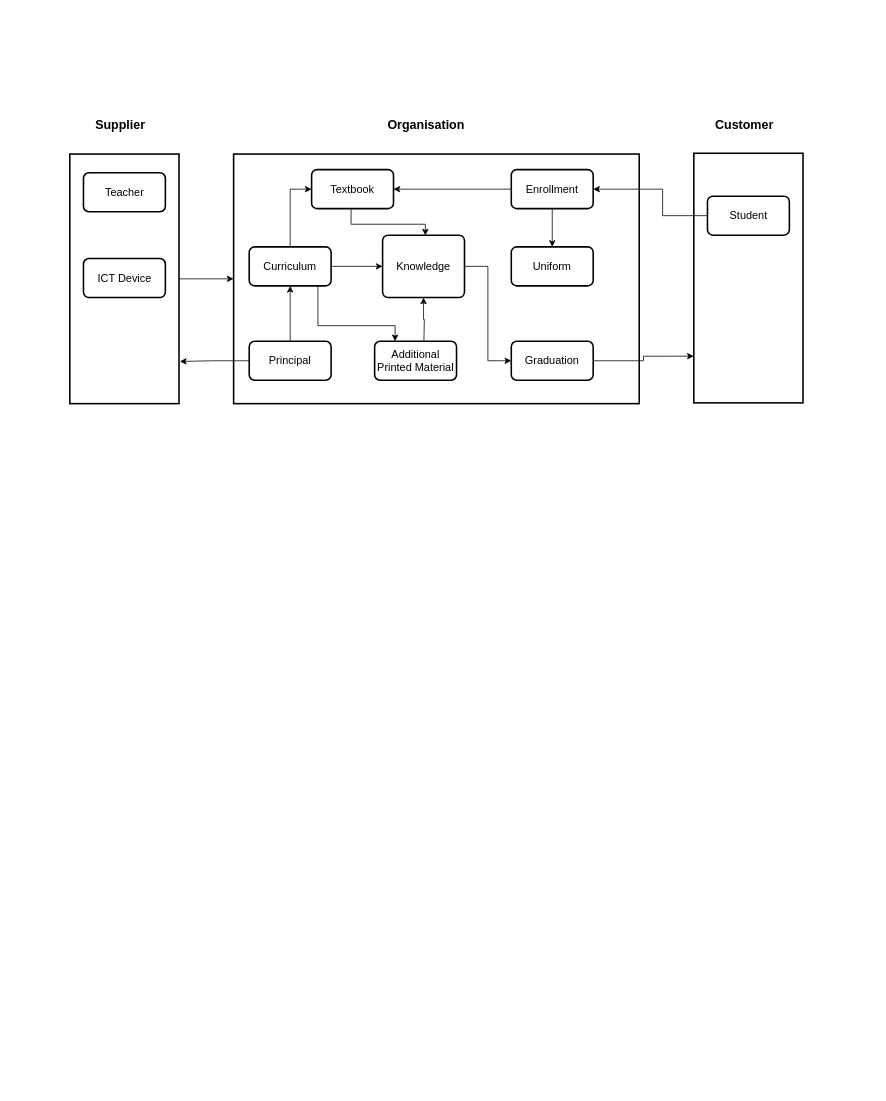
The draw.io diagram page "Relationship_Map" (1 of 3) of All_Maps_A1.drawio in SRMITGit/diagrams, before the edit. Source tidied: cells renumbered, new cells numbered last; positions are measured from the earlier drawing's top-left corner, leaving out a move shared by most shapes. Both pictures are drawn from the tidied source at 78%, with x=0, y=0 at pixel (69, 112).
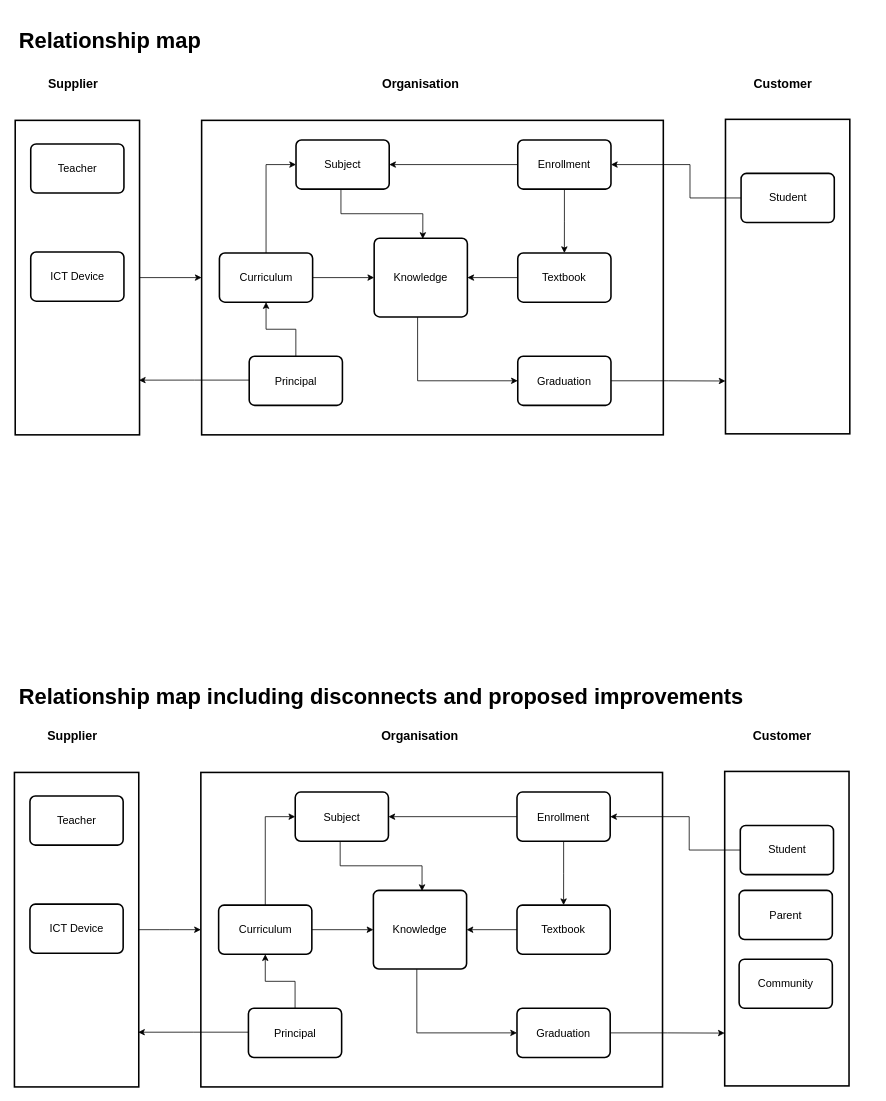
The same page after the edit.

Commit message:
adding relatioship map with improvements and disconnects

Diff of the diagram source:
```diff
@@
     <mxCell id="2" style="rounded=0;whiteSpace=wrap;html=1;glass=0;strokeWidth=2;" parent="1" vertex="1">
-      <mxGeometry x="800" y="52" width="140" height="320" as="geometry" />
+      <mxGeometry x="840.6" y="8.5" width="159.4" height="403.2" as="geometry" />
     </mxCell>
-    <mxCell id="3" style="edgeStyle=orthogonalEdgeStyle;rounded=0;jettySize=auto;html=1;entryX=0;entryY=0.5;entryDx=0;entryDy=0;fontSize=14;" parent="1" edge="1" source="4" target="8">
-      <mxGeometry relative="1" as="geometry" />
-    </mxCell>
     <mxCell id="4" style="rounded=0;whiteSpace=wrap;html=1;glass=0;strokeWidth=2;" parent="1" vertex="1">
-      <mxGeometry y="53" width="140" height="320" as="geometry" />
+      <mxGeometry x="-70" y="9.8" width="159.4" height="403.2" as="geometry" />
     </mxCell>
     <mxCell id="5" value="&lt;font style=&quot;font-size: 14px&quot;&gt;Teacher&lt;/font&gt;" style="rounded=1;whiteSpace=wrap;html=1;absoluteArcSize=1;arcSize=14;strokeWidth=2;" parent="1" vertex="1">
-      <mxGeometry x="17.5" y="77" width="105" height="50" as="geometry" />
+      <mxGeometry x="-50.1" y="40" width="119.5" height="63" as="geometry" />
     </mxCell>
     <mxCell id="6" value="Supplier" style="text;html=1;strokeColor=none;fillColor=none;align=center;verticalAlign=middle;whiteSpace=wrap;rounded=0;fontStyle=1;fontSize=16;" parent="1" vertex="1">
-      <mxGeometry x="25" width="80" height="31" as="geometry" />
+      <mxGeometry x="-41.5" y="-57" width="91.1" height="39.1" as="geometry" />
     </mxCell>
     <mxCell id="7" value="&lt;font style=&quot;font-size: 14px&quot;&gt;ICT Device&lt;/font&gt;" style="rounded=1;whiteSpace=wrap;html=1;absoluteArcSize=1;arcSize=14;strokeWidth=2;" parent="1" vertex="1">
-      <mxGeometry x="17.5" y="187" width="105" height="50" as="geometry" />
+      <mxGeometry x="-50.1" y="178.6" width="119.5" height="63" as="geometry" />
     </mxCell>
     <mxCell id="8" style="rounded=0;whiteSpace=wrap;html=1;glass=0;strokeWidth=2;" parent="1" vertex="1">
-      <mxGeometry x="210" y="53" width="520" height="320" as="geometry" />
+      <mxGeometry x="169" y="9.8" width="591.9" height="403.2" as="geometry" />
     </mxCell>
-    <mxCell id="9" style="edgeStyle=orthogonalEdgeStyle;rounded=0;jettySize=auto;html=1;entryX=0.522;entryY=0.005;entryDx=0;entryDy=0;entryPerimeter=0;fontSize=14;exitX=0.482;exitY=1.017;exitDx=0;exitDy=0;exitPerimeter=0;" parent="1" edge="1" source="10" target="20">
-      <mxGeometry relative="1" as="geometry">
-        <Array as="points">
-          <mxPoint x="361" y="143" />
-          <mxPoint x="456" y="143" />
-        </Array>
-      </mxGeometry>
-    </mxCell>
+    <mxCell id="3" style="edgeStyle=orthogonalEdgeStyle;rounded=0;jettySize=auto;html=1;entryX=0;entryY=0.5;entryDx=0;entryDy=0;fontSize=14;" parent="1" edge="1" source="4" target="8">
+      <mxGeometry relative="1" as="geometry" />
+    </mxCell>
-    <mxCell id="10" value="&lt;font style=&quot;font-size: 14px&quot;&gt;Textbook&lt;/font&gt;" style="rounded=1;whiteSpace=wrap;html=1;absoluteArcSize=1;arcSize=14;strokeWidth=2;" parent="1" vertex="1">
-      <mxGeometry x="310" y="73" width="105" height="50" as="geometry" />
+    <mxCell id="10" value="&lt;font style=&quot;font-size: 14px&quot;&gt;Subject&lt;/font&gt;" style="rounded=1;whiteSpace=wrap;html=1;absoluteArcSize=1;arcSize=14;strokeWidth=2;" parent="1" vertex="1">
+      <mxGeometry x="290" y="35" width="119.5" height="63" as="geometry" />
     </mxCell>
     <mxCell id="11" value="Organisation" style="text;html=1;strokeColor=none;fillColor=none;align=center;verticalAlign=middle;whiteSpace=wrap;rounded=0;fontStyle=1;fontSize=16;" parent="1" vertex="1">
-      <mxGeometry x="390.8" width="132" height="31" as="geometry" />
+      <mxGeometry x="374.8" y="-57" width="150.3" height="39.1" as="geometry" />
     </mxCell>
-    <mxCell id="12" style="edgeStyle=orthogonalEdgeStyle;rounded=0;jettySize=auto;html=1;fontFamily=Helvetica;fontSize=14;" parent="1" edge="1" target="20">
-      <mxGeometry relative="1" as="geometry">
-        <mxPoint x="454" y="293" as="sourcePoint" />
-      </mxGeometry>
-    </mxCell>
-    <mxCell id="13" value="&lt;span style=&quot;font-size: 14px&quot;&gt;Additional Printed Material&lt;/span&gt;" style="rounded=1;whiteSpace=wrap;html=1;absoluteArcSize=1;arcSize=14;strokeWidth=2;" parent="1" vertex="1">
-      <mxGeometry x="390.8" y="293" width="105" height="50" as="geometry" />
-    </mxCell>
-    <mxCell id="14" style="edgeStyle=orthogonalEdgeStyle;rounded=0;jettySize=auto;html=1;entryX=0.5;entryY=0;entryDx=0;entryDy=0;fontSize=14;" parent="1" edge="1" source="16" target="21">
-      <mxGeometry relative="1" as="geometry" />
-    </mxCell>
@@
     <mxCell id="16" value="&lt;font style=&quot;font-size: 14px&quot;&gt;Enrollment&lt;/font&gt;" style="rounded=1;whiteSpace=wrap;html=1;absoluteArcSize=1;arcSize=14;strokeWidth=2;" parent="1" vertex="1">
-      <mxGeometry x="566" y="73" width="105" height="50" as="geometry" />
+      <mxGeometry x="574.3" y="35" width="119.5" height="63" as="geometry" />
     </mxCell>
-    <mxCell id="17" style="edgeStyle=orthogonalEdgeStyle;rounded=0;jettySize=auto;html=1;entryX=0;entryY=0.813;entryDx=0;entryDy=0;entryPerimeter=0;fontSize=14;" parent="1" edge="1" source="18" target="2">
+    <mxCell id="17" style="edgeStyle=orthogonalEdgeStyle;rounded=0;jettySize=auto;html=1;entryX=0;entryY=0.832;entryDx=0;entryDy=0;entryPerimeter=0;fontSize=14;" parent="1" edge="1" source="18" target="2">
       <mxGeometry relative="1" as="geometry" />
     </mxCell>
     <mxCell id="18" value="&lt;font style=&quot;font-size: 14px&quot;&gt;Graduation&lt;/font&gt;" style="rounded=1;whiteSpace=wrap;html=1;absoluteArcSize=1;arcSize=14;strokeWidth=2;" parent="1" vertex="1">
-      <mxGeometry x="566" y="293" width="105" height="50" as="geometry" />
+      <mxGeometry x="574.3" y="312.2" width="119.5" height="63" as="geometry" />
     </mxCell>
-    <mxCell id="19" style="edgeStyle=orthogonalEdgeStyle;rounded=0;jettySize=auto;html=1;entryX=0;entryY=0.5;entryDx=0;entryDy=0;fontSize=14;exitX=1;exitY=0.5;exitDx=0;exitDy=0;" parent="1" edge="1" source="20" target="18">
+    <mxCell id="19" style="edgeStyle=orthogonalEdgeStyle;rounded=0;jettySize=auto;html=1;entryX=0;entryY=0.5;entryDx=0;entryDy=0;fontSize=14;exitX=0.466;exitY=1.003;exitDx=0;exitDy=0;exitPerimeter=0;" parent="1" edge="1" source="20" target="18">
       <mxGeometry relative="1" as="geometry" />
     </mxCell>
-    <mxCell id="20" value="&lt;font style=&quot;font-size: 14px&quot;&gt;Knowledge&lt;/font&gt;" style="rounded=1;whiteSpace=wrap;html=1;absoluteArcSize=1;arcSize=14;strokeWidth=2;" parent="1" vertex="1">
-      <mxGeometry x="401" y="157" width="105" height="80" as="geometry" />
+    <mxCell id="20" value="&lt;font style=&quot;font-size: 14px&quot;&gt;Knowledge&lt;/font&gt;" style="rounded=1;whiteSpace=wrap;html=1;absoluteArcSize=1;arcSize=14;strokeWidth=2;strokeColor=#000000;" parent="1" vertex="1">
+      <mxGeometry x="390.2" y="161" width="119.5" height="100.8" as="geometry" />
     </mxCell>
+    <mxCell id="9" style="edgeStyle=orthogonalEdgeStyle;rounded=0;jettySize=auto;html=1;fontSize=14;exitX=0.482;exitY=1.017;exitDx=0;exitDy=0;exitPerimeter=0;entryX=0.522;entryY=0.008;entryDx=0;entryDy=0;entryPerimeter=0;" parent="1" edge="1" source="10" target="20">
+      <mxGeometry relative="1" as="geometry" />
+    </mxCell>
+    <mxCell id="32" style="edgeStyle=orthogonalEdgeStyle;rounded=0;jettySize=auto;html=1;fontFamily=Helvetica;fontSize=14;" parent="1" edge="1" source="21" target="20">
+      <mxGeometry relative="1" as="geometry" />
+    </mxCell>
-    <mxCell id="21" value="&lt;font style=&quot;font-size: 14px&quot;&gt;Uniform&lt;/font&gt;" style="rounded=1;whiteSpace=wrap;html=1;absoluteArcSize=1;arcSize=14;strokeWidth=2;" parent="1" vertex="1">
-      <mxGeometry x="566" y="172" width="105" height="50" as="geometry" />
+    <mxCell id="21" value="&lt;span style=&quot;font-size: 14px&quot;&gt;Textbook&lt;/span&gt;" style="rounded=1;whiteSpace=wrap;html=1;absoluteArcSize=1;arcSize=14;strokeWidth=2;" parent="1" vertex="1">
+      <mxGeometry x="574.3" y="179.9" width="119.5" height="63" as="geometry" />
     </mxCell>
+    <mxCell id="14" style="edgeStyle=orthogonalEdgeStyle;rounded=0;jettySize=auto;html=1;entryX=0.5;entryY=0;entryDx=0;entryDy=0;fontSize=14;" parent="1" edge="1" source="16" target="21">
+      <mxGeometry relative="1" as="geometry" />
+    </mxCell>
     <mxCell id="22" style="edgeStyle=orthogonalEdgeStyle;rounded=0;jettySize=auto;html=1;entryX=1;entryY=0.5;entryDx=0;entryDy=0;fontSize=14;" parent="1" edge="1" source="23" target="16">
       <mxGeometry relative="1" as="geometry">
         <Array as="points">
-          <mxPoint x="760" y="132" />
-          <mxPoint x="760" y="98" />
+          <mxPoint x="795.1" y="109.3" />
+          <mxPoint x="795.1" y="66.5" />
         </Array>
       </mxGeometry>
     </mxCell>
     <mxCell id="23" value="&lt;font style=&quot;font-size: 14px&quot;&gt;Student&lt;/font&gt;" style="rounded=1;whiteSpace=wrap;html=1;absoluteArcSize=1;arcSize=14;strokeWidth=2;" parent="1" vertex="1">
-      <mxGeometry x="817.5" y="107" width="105" height="50" as="geometry" />
+      <mxGeometry x="860.6" y="77.8" width="119.5" height="63" as="geometry" />
     </mxCell>
     <mxCell id="24" value="Customer" style="text;html=1;strokeColor=none;fillColor=none;align=center;verticalAlign=middle;whiteSpace=wrap;rounded=0;fontStyle=1;fontSize=16;" parent="1" vertex="1">
-      <mxGeometry x="825" width="80" height="31" as="geometry" />
+      <mxGeometry x="869.1" y="-57" width="91.1" height="39.1" as="geometry" />
     </mxCell>
@@
-    <mxCell id="27" style="edgeStyle=orthogonalEdgeStyle;rounded=0;jettySize=auto;html=1;entryX=0.25;entryY=0;entryDx=0;entryDy=0;fontFamily=Helvetica;fontSize=14;exitX=0.839;exitY=0.989;exitDx=0;exitDy=0;exitPerimeter=0;" parent="1" edge="1" source="28" target="13">
-      <mxGeometry relative="1" as="geometry">
-        <Array as="points">
-          <mxPoint x="318" y="273" />
-          <mxPoint x="417" y="273" />
-        </Array>
-      </mxGeometry>
-    </mxCell>
     <mxCell id="28" value="&lt;span style=&quot;background-color: rgb(255 , 255 , 255)&quot;&gt;&lt;font style=&quot;font-size: 14px&quot;&gt;Curriculum&lt;/font&gt;&lt;/span&gt;" style="rounded=1;whiteSpace=wrap;html=1;absoluteArcSize=1;arcSize=14;strokeWidth=2;" parent="1" vertex="1">
-      <mxGeometry x="230" y="172" width="105" height="50" as="geometry" />
+      <mxGeometry x="191.8" y="179.9" width="119.5" height="63" as="geometry" />
     </mxCell>
-    <mxCell id="29" style="edgeStyle=orthogonalEdgeStyle;rounded=0;jettySize=auto;html=1;entryX=1.008;entryY=0.831;entryDx=0;entryDy=0;entryPerimeter=0;fontSize=14;" parent="1" edge="1" source="31" target="4">
-      <mxGeometry relative="1" as="geometry" />
+    <mxCell id="29" style="edgeStyle=orthogonalEdgeStyle;rounded=0;jettySize=auto;html=1;fontSize=14;entryX=0.995;entryY=0.826;entryDx=0;entryDy=0;entryPerimeter=0;" parent="1" edge="1" source="31" target="4">
+      <mxGeometry relative="1" as="geometry">
+        <Array as="points">
+          <mxPoint x="160" y="344" />
+        </Array>
+      </mxGeometry>
     </mxCell>
@@
     <mxCell id="31" value="&lt;font style=&quot;font-size: 14px&quot;&gt;Principal&lt;/font&gt;" style="rounded=1;whiteSpace=wrap;html=1;absoluteArcSize=1;arcSize=14;strokeWidth=2;" parent="1" vertex="1">
-      <mxGeometry x="230" y="293" width="105" height="50" as="geometry" />
+      <mxGeometry x="230" y="312.2" width="119.5" height="63" as="geometry" />
     </mxCell>
+    <mxCell id="33" style="rounded=0;whiteSpace=wrap;html=1;glass=0;strokeWidth=2;" parent="1" vertex="1">
+      <mxGeometry x="839.6" y="844.5" width="159.4" height="403.2" as="geometry" />
+    </mxCell>
+    <mxCell id="34" style="rounded=0;whiteSpace=wrap;html=1;glass=0;strokeWidth=2;" parent="1" vertex="1">
+      <mxGeometry x="-71" y="845.8" width="159.4" height="403.2" as="geometry" />
+    </mxCell>
+    <mxCell id="35" value="&lt;font style=&quot;font-size: 14px&quot;&gt;Teacher&lt;/font&gt;" style="rounded=1;whiteSpace=wrap;html=1;absoluteArcSize=1;arcSize=14;strokeWidth=2;" parent="1" vertex="1">
+      <mxGeometry x="-51.1" y="876" width="119.5" height="63" as="geometry" />
+    </mxCell>
+    <mxCell id="36" value="Supplier" style="text;html=1;strokeColor=none;fillColor=none;align=center;verticalAlign=middle;whiteSpace=wrap;rounded=0;fontStyle=1;fontSize=16;" parent="1" vertex="1">
+      <mxGeometry x="-42.5" y="779" width="91.1" height="39.1" as="geometry" />
+    </mxCell>
+    <mxCell id="37" value="&lt;font style=&quot;font-size: 14px&quot;&gt;ICT Device&lt;/font&gt;" style="rounded=1;whiteSpace=wrap;html=1;absoluteArcSize=1;arcSize=14;strokeWidth=2;" parent="1" vertex="1">
+      <mxGeometry x="-51.1" y="1014.6" width="119.5" height="63" as="geometry" />
+    </mxCell>
+    <mxCell id="38" style="rounded=0;whiteSpace=wrap;html=1;glass=0;strokeWidth=2;" parent="1" vertex="1">
+      <mxGeometry x="168" y="845.8" width="591.9" height="403.2" as="geometry" />
+    </mxCell>
+    <mxCell id="39" style="edgeStyle=orthogonalEdgeStyle;rounded=0;jettySize=auto;html=1;entryX=0;entryY=0.5;entryDx=0;entryDy=0;fontSize=14;" parent="1" edge="1" source="34" target="38">
+      <mxGeometry relative="1" as="geometry" />
+    </mxCell>
+    <mxCell id="40" value="&lt;font style=&quot;font-size: 14px&quot;&gt;Subject&lt;/font&gt;" style="rounded=1;whiteSpace=wrap;html=1;absoluteArcSize=1;arcSize=14;strokeWidth=2;" parent="1" vertex="1">
+      <mxGeometry x="289" y="871" width="119.5" height="63" as="geometry" />
+    </mxCell>
+    <mxCell id="41" value="Organisation" style="text;html=1;strokeColor=none;fillColor=none;align=center;verticalAlign=middle;whiteSpace=wrap;rounded=0;fontStyle=1;fontSize=16;" parent="1" vertex="1">
+      <mxGeometry x="373.8" y="779" width="150.3" height="39.1" as="geometry" />
+    </mxCell>
+    <mxCell id="42" style="edgeStyle=orthogonalEdgeStyle;rounded=0;jettySize=auto;html=1;entryX=1;entryY=0.5;entryDx=0;entryDy=0;fontSize=14;" parent="1" edge="1" source="43" target="40">
+      <mxGeometry relative="1" as="geometry" />
+    </mxCell>
+    <mxCell id="43" value="&lt;font style=&quot;font-size: 14px&quot;&gt;Enrollment&lt;/font&gt;" style="rounded=1;whiteSpace=wrap;html=1;absoluteArcSize=1;arcSize=14;strokeWidth=2;" parent="1" vertex="1">
+      <mxGeometry x="573.3" y="871" width="119.5" height="63" as="geometry" />
+    </mxCell>
+    <mxCell id="44" style="edgeStyle=orthogonalEdgeStyle;rounded=0;jettySize=auto;html=1;entryX=0;entryY=0.832;entryDx=0;entryDy=0;entryPerimeter=0;fontSize=14;" parent="1" edge="1" source="45" target="33">
+      <mxGeometry relative="1" as="geometry" />
+    </mxCell>
+    <mxCell id="45" value="&lt;font style=&quot;font-size: 14px&quot;&gt;Graduation&lt;/font&gt;" style="rounded=1;whiteSpace=wrap;html=1;absoluteArcSize=1;arcSize=14;strokeWidth=2;" parent="1" vertex="1">
+      <mxGeometry x="573.3" y="1148.2" width="119.5" height="63" as="geometry" />
+    </mxCell>
+    <mxCell id="46" style="edgeStyle=orthogonalEdgeStyle;rounded=0;jettySize=auto;html=1;entryX=0;entryY=0.5;entryDx=0;entryDy=0;fontSize=14;exitX=0.466;exitY=1.003;exitDx=0;exitDy=0;exitPerimeter=0;" parent="1" edge="1" source="47" target="45">
+      <mxGeometry relative="1" as="geometry" />
+    </mxCell>
+    <mxCell id="47" value="&lt;font style=&quot;font-size: 14px&quot;&gt;Knowledge&lt;/font&gt;" style="rounded=1;whiteSpace=wrap;html=1;absoluteArcSize=1;arcSize=14;strokeWidth=2;" parent="1" vertex="1">
+      <mxGeometry x="389.2" y="997" width="119.5" height="100.8" as="geometry" />
+    </mxCell>
+    <mxCell id="48" style="edgeStyle=orthogonalEdgeStyle;rounded=0;jettySize=auto;html=1;fontSize=14;exitX=0.482;exitY=1.017;exitDx=0;exitDy=0;exitPerimeter=0;entryX=0.522;entryY=0.008;entryDx=0;entryDy=0;entryPerimeter=0;" parent="1" edge="1" source="40" target="47">
+      <mxGeometry relative="1" as="geometry" />
+    </mxCell>
+    <mxCell id="49" style="edgeStyle=orthogonalEdgeStyle;rounded=0;jettySize=auto;html=1;fontFamily=Helvetica;fontSize=14;" parent="1" edge="1" source="50" target="47">
+      <mxGeometry relative="1" as="geometry" />
+    </mxCell>
+    <mxCell id="50" value="&lt;span style=&quot;font-size: 14px&quot;&gt;Textbook&lt;/span&gt;" style="rounded=1;whiteSpace=wrap;html=1;absoluteArcSize=1;arcSize=14;strokeWidth=2;" parent="1" vertex="1">
+      <mxGeometry x="573.3" y="1015.9" width="119.5" height="63" as="geometry" />
+    </mxCell>
+    <mxCell id="51" style="edgeStyle=orthogonalEdgeStyle;rounded=0;jettySize=auto;html=1;entryX=0.5;entryY=0;entryDx=0;entryDy=0;fontSize=14;" parent="1" edge="1" source="43" target="50">
+      <mxGeometry relative="1" as="geometry" />
+    </mxCell>
+    <mxCell id="52" style="edgeStyle=orthogonalEdgeStyle;rounded=0;jettySize=auto;html=1;entryX=1;entryY=0.5;entryDx=0;entryDy=0;fontSize=14;" parent="1" edge="1" source="53" target="43">
+      <mxGeometry relative="1" as="geometry">
+        <Array as="points">
+          <mxPoint x="794.1" y="945.3" />
+          <mxPoint x="794.1" y="902.5" />
+        </Array>
+      </mxGeometry>
+    </mxCell>
+    <mxCell id="53" value="&lt;font style=&quot;font-size: 14px&quot;&gt;Student&lt;/font&gt;" style="rounded=1;whiteSpace=wrap;html=1;absoluteArcSize=1;arcSize=14;strokeWidth=2;" parent="1" vertex="1">
+      <mxGeometry x="859.6" y="913.8" width="119.5" height="63" as="geometry" />
+    </mxCell>
+    <mxCell id="54" value="Customer" style="text;html=1;strokeColor=none;fillColor=none;align=center;verticalAlign=middle;whiteSpace=wrap;rounded=0;fontStyle=1;fontSize=16;" parent="1" vertex="1">
+      <mxGeometry x="868.1" y="779" width="91.1" height="39.1" as="geometry" />
+    </mxCell>
+    <mxCell id="55" style="edgeStyle=orthogonalEdgeStyle;rounded=0;jettySize=auto;html=1;fontSize=14;" parent="1" edge="1" source="57" target="47">
+      <mxGeometry relative="1" as="geometry" />
+    </mxCell>
+    <mxCell id="56" style="edgeStyle=orthogonalEdgeStyle;rounded=0;jettySize=auto;html=1;entryX=0;entryY=0.5;entryDx=0;entryDy=0;fontFamily=Helvetica;fontSize=14;" parent="1" edge="1" source="57" target="40">
+      <mxGeometry relative="1" as="geometry" />
+    </mxCell>
+    <mxCell id="57" value="&lt;span style=&quot;background-color: rgb(255 , 255 , 255)&quot;&gt;&lt;font style=&quot;font-size: 14px&quot;&gt;Curriculum&lt;/font&gt;&lt;/span&gt;" style="rounded=1;whiteSpace=wrap;html=1;absoluteArcSize=1;arcSize=14;strokeWidth=2;" parent="1" vertex="1">
+      <mxGeometry x="190.8" y="1015.9" width="119.5" height="63" as="geometry" />
+    </mxCell>
+    <mxCell id="58" style="edgeStyle=orthogonalEdgeStyle;rounded=0;jettySize=auto;html=1;fontSize=14;entryX=0.995;entryY=0.826;entryDx=0;entryDy=0;entryPerimeter=0;" parent="1" edge="1" source="60" target="34">
+      <mxGeometry relative="1" as="geometry">
+        <Array as="points">
+          <mxPoint x="159" y="1180" />
+        </Array>
+      </mxGeometry>
+    </mxCell>
+    <mxCell id="59" style="edgeStyle=orthogonalEdgeStyle;rounded=0;jettySize=auto;html=1;fontFamily=Helvetica;fontSize=14;" parent="1" edge="1" source="60" target="57">
+      <mxGeometry relative="1" as="geometry" />
+    </mxCell>
+    <mxCell id="60" value="&lt;font style=&quot;font-size: 14px&quot;&gt;Principal&lt;/font&gt;" style="rounded=1;whiteSpace=wrap;html=1;absoluteArcSize=1;arcSize=14;strokeWidth=2;" parent="1" vertex="1">
+      <mxGeometry x="229" y="1148.2" width="119.5" height="63" as="geometry" />
+    </mxCell>
+    <mxCell id="61" value="&lt;h1&gt;&lt;span&gt;Relationship map including disconnects and proposed improvements&lt;/span&gt;&lt;br&gt;&lt;/h1&gt;" style="text;html=1;strokeColor=none;fillColor=none;spacing=5;spacingTop=-20;whiteSpace=wrap;overflow=hidden;rounded=0;fontFamily=Helvetica;fontSize=14;" parent="1" vertex="1">
+      <mxGeometry x="-70" y="723" width="1100" height="50" as="geometry" />
+    </mxCell>
+    <mxCell id="62" value="&lt;font style=&quot;font-size: 14px&quot;&gt;Parent&lt;/font&gt;" style="rounded=1;whiteSpace=wrap;html=1;absoluteArcSize=1;arcSize=14;strokeWidth=2;" parent="1" vertex="1">
+      <mxGeometry x="858.1" y="997" width="119.5" height="63" as="geometry" />
+    </mxCell>
+    <mxCell id="63" value="&lt;font style=&quot;font-size: 14px&quot;&gt;Community&lt;/font&gt;" style="rounded=1;whiteSpace=wrap;html=1;absoluteArcSize=1;arcSize=14;strokeWidth=2;" parent="1" vertex="1">
+      <mxGeometry x="858.1" y="1085.2" width="119.5" height="63" as="geometry" />
+    </mxCell>
+    <mxCell id="64" value="&lt;h1&gt;&lt;span&gt;Relationship map&lt;/span&gt;&lt;br&gt;&lt;/h1&gt;" style="text;html=1;strokeColor=none;fillColor=none;spacing=5;spacingTop=-20;whiteSpace=wrap;overflow=hidden;rounded=0;fontFamily=Helvetica;fontSize=14;" parent="1" vertex="1">
+      <mxGeometry x="-70" y="-117" width="1100" height="50" as="geometry" />
+    </mxCell>
```
